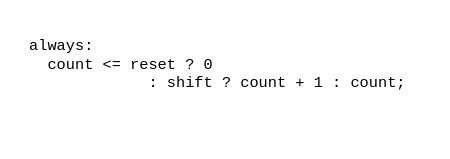
The draw.io diagram page "Bit Counter" (6 of 6) of diagrams/usb-rx.drawio in bryceberger/337-project, before the edit. Source tidied: cells renumbered, new cells numbered last; positions are measured from the earlier drawing's top-left corner, leaving out a move shared by most shapes. Both pictures are drawn from the tidied source at 153%, with x=0, y=0 at pixel (26, 26).
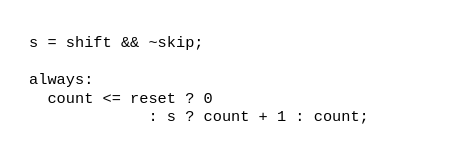
After the change.

Change to the diagram source:
```diff
@@
 <mxGraphModel>
   <root>
     <mxCell id="0" />
     <mxCell id="1" parent="0" />
-    <mxCell id="2" value="always:&lt;br&gt;&amp;nbsp; count &amp;lt;= reset ? 0&lt;br&gt;&amp;nbsp; &amp;nbsp; &amp;nbsp; &amp;nbsp; &amp;nbsp; &amp;nbsp; &amp;nbsp;: shift ? count + 1 : count;" style="text;html=1;strokeColor=none;fillColor=none;align=left;verticalAlign=middle;whiteSpace=wrap;rounded=0;labelBackgroundColor=none;fontFamily=Courier New;fontSize=10;" parent="1" vertex="1">
-      <mxGeometry width="260" height="50" as="geometry" />
+    <mxCell id="2" value="s = shift &amp;amp;&amp;amp; ~skip;&lt;br&gt;&lt;br&gt;always:&lt;br&gt;&amp;nbsp; count &amp;lt;= reset ? 0&lt;br&gt;&amp;nbsp; &amp;nbsp; &amp;nbsp; &amp;nbsp; &amp;nbsp; &amp;nbsp; &amp;nbsp;: s ? count + 1 : count;" style="text;html=1;strokeColor=none;fillColor=none;align=left;verticalAlign=middle;whiteSpace=wrap;rounded=0;labelBackgroundColor=none;fontFamily=Courier New;fontSize=10;" parent="1" vertex="1">
+      <mxGeometry width="260" height="70" as="geometry" />
     </mxCell>
   </root>
 </mxGraphModel>
```
